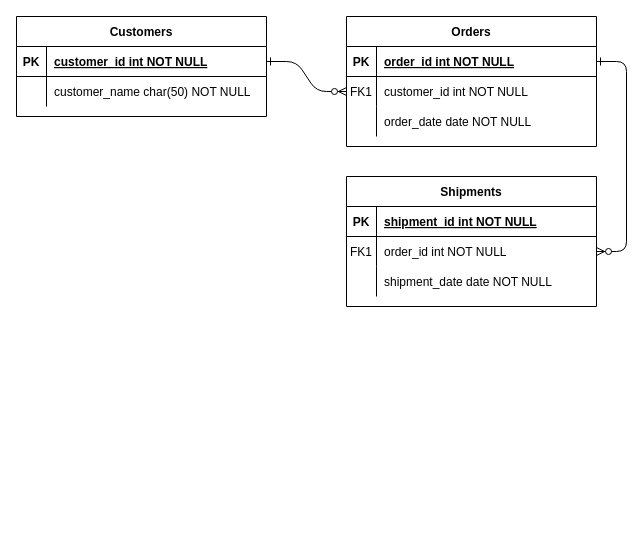
Before: Untitled Diagram.drawio in jypark4205/Guham, a draw.io diagram. Source tidied: cells renumbered, new cells numbered last; positions are measured from the earlier drawing's top-left corner, leaving out a move shared by most shapes. Both pictures are drawn from the tidied source at 100%, with x=0, y=0 at pixel (16, 16).
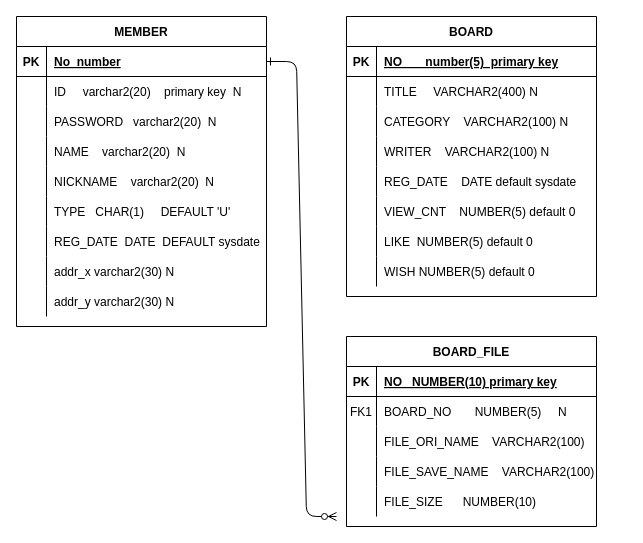
After the change.

Unchanged cells that the change refers to:
```xml
<mxCell id="5" style="shape=partialRectangle;fillColor=none;points=[[0,0.5],[1,0.5]];portConstraint=eastwest;top=0;left=0;right=0;bottom=1;" parent="4" vertex="1">
  <mxGeometry y="30" width="250" height="30" as="geometry" />
</mxCell>
<mxCell id="25" style="shape=partialRectangle;fillColor=none;points=[[0,0.5],[1,0.5]];portConstraint=eastwest;top=0;left=0;right=0;bottom=1;" parent="24" vertex="1">
  <mxGeometry y="30" width="250" height="30" as="geometry" />
</mxCell>
<mxCell id="28" style="shape=partialRectangle;fillColor=none;top=0;left=0;right=0;bottom=0;" parent="24" vertex="1">
  <mxGeometry y="60" width="250" height="30" as="geometry" />
</mxCell>
```

Diff of the diagram source:
```diff
@@
-    <mxCell id="2" style="edgeStyle=entityRelationEdgeStyle;endArrow=ERzeroToMany;startArrow=ERone;endFill=1;startFill=0;" parent="1" edge="1" source="25" target="8">
-      <mxGeometry relative="1" as="geometry" />
+    <mxCell id="2" style="edgeStyle=entityRelationEdgeStyle;endArrow=ERzeroToMany;startArrow=ERone;endFill=1;startFill=0;" parent="1" edge="1" source="25">
+      <mxGeometry relative="1" as="geometry">
+        <mxPoint x="320" y="500" as="targetPoint" />
+      </mxGeometry>
     </mxCell>
-    <mxCell id="3" style="edgeStyle=entityRelationEdgeStyle;endArrow=ERzeroToMany;startArrow=ERone;endFill=1;startFill=0;" parent="1" edge="1" source="5" target="18">
-      <mxGeometry relative="1" as="geometry" />
-    </mxCell>
-    <mxCell id="4" value="Orders" style="shape=table;startSize=30;childLayout=tableLayout;rowLines=0;fontStyle=1;align=center;" parent="1" vertex="1">
-      <mxGeometry x="330" width="250" height="130" as="geometry" />
+    <mxCell id="4" value="BOARD" style="shape=table;startSize=30;childLayout=tableLayout;rowLines=0;fontStyle=1;align=center;" parent="1" vertex="1">
+      <mxGeometry x="330" width="250" height="280" as="geometry" />
     </mxCell>
@@
-    <mxCell id="7" value="order_id int NOT NULL " style="shape=partialRectangle;overflow=hidden;fillColor=none;top=0;left=0;bottom=0;right=0;align=left;spacingLeft=6;fontStyle=5;" parent="5" vertex="1">
+    <mxCell id="7" value="NO       number(5)  primary key" style="shape=partialRectangle;overflow=hidden;fillColor=none;top=0;left=0;bottom=0;right=0;align=left;spacingLeft=6;fontStyle=5;" parent="5" vertex="1">
       <mxGeometry x="30" width="220" height="30" as="geometry" />
     </mxCell>
-    <mxCell id="8" style="shape=partialRectangle;fillColor=none;points=[[0,0.5],[1,0.5]];portConstraint=eastwest;top=0;left=0;right=0;bottom=0;" parent="4" vertex="1">
-      <mxGeometry y="60" width="250" height="30" as="geometry" />
-    </mxCell>
-    <mxCell id="9" value="FK1" style="shape=partialRectangle;overflow=hidden;fillColor=none;top=0;left=0;bottom=0;right=0;" parent="8" vertex="1">
-      <mxGeometry width="30" height="30" as="geometry" />
-    </mxCell>
-    <mxCell id="10" value="customer_id int NOT NULL" style="shape=partialRectangle;overflow=hidden;fillColor=none;top=0;left=0;bottom=0;right=0;align=left;spacingLeft=6;" parent="8" vertex="1">
-      <mxGeometry x="30" width="220" height="30" as="geometry" />
-    </mxCell>
     <mxCell id="11" style="shape=partialRectangle;fillColor=none;top=0;left=0;right=0;bottom=0;" parent="4" vertex="1">
-      <mxGeometry y="90" width="250" height="30" as="geometry" />
+      <mxGeometry y="60" width="250" height="30" as="geometry" />
     </mxCell>
@@
-    <mxCell id="13" value="order_date date NOT NULL" style="shape=partialRectangle;overflow=hidden;fillColor=none;top=0;left=0;bottom=0;right=0;align=left;spacingLeft=6;" parent="11" vertex="1">
+    <mxCell id="13" value="TITLE     VARCHAR2(400) N" style="shape=partialRectangle;overflow=hidden;fillColor=none;top=0;left=0;bottom=0;right=0;align=left;spacingLeft=6;" parent="11" vertex="1">
       <mxGeometry x="30" width="220" height="30" as="geometry" />
     </mxCell>
-    <mxCell id="14" value="Shipments" style="shape=table;startSize=30;childLayout=tableLayout;rowLines=0;fontStyle=1;align=center;" parent="1" vertex="1">
-      <mxGeometry x="330" y="160" width="250" height="130" as="geometry" />
-    </mxCell>
-    <mxCell id="15" style="shape=partialRectangle;fillColor=none;top=0;left=0;right=0;bottom=1;" parent="14" vertex="1">
-      <mxGeometry y="30" width="250" height="30" as="geometry" />
-    </mxCell>
-    <mxCell id="16" value="PK" style="shape=partialRectangle;overflow=hidden;fillColor=none;top=0;left=0;bottom=0;right=0;fontStyle=1;" parent="15" vertex="1">
-      <mxGeometry width="30" height="30" as="geometry" />
-    </mxCell>
-    <mxCell id="17" value="shipment_id int NOT NULL " style="shape=partialRectangle;overflow=hidden;fillColor=none;top=0;left=0;bottom=0;right=0;align=left;spacingLeft=6;fontStyle=5;" parent="15" vertex="1">
-      <mxGeometry x="30" width="220" height="30" as="geometry" />
-    </mxCell>
-    <mxCell id="18" style="shape=partialRectangle;fillColor=none;points=[[0,0.5],[1,0.5]];portConstraint=eastwest;top=0;left=0;right=0;bottom=0;" parent="14" vertex="1">
-      <mxGeometry y="60" width="250" height="30" as="geometry" />
-    </mxCell>
-    <mxCell id="19" value="FK1" style="shape=partialRectangle;overflow=hidden;fillColor=none;top=0;left=0;bottom=0;right=0;" parent="18" vertex="1">
-      <mxGeometry width="30" height="30" as="geometry" />
-    </mxCell>
-    <mxCell id="20" value="order_id int NOT NULL" style="shape=partialRectangle;overflow=hidden;fillColor=none;top=0;left=0;bottom=0;right=0;align=left;spacingLeft=6;" parent="18" vertex="1">
-      <mxGeometry x="30" width="220" height="30" as="geometry" />
-    </mxCell>
-    <mxCell id="21" style="shape=partialRectangle;fillColor=none;top=0;left=0;right=0;bottom=0;" parent="14" vertex="1">
-      <mxGeometry y="90" width="250" height="30" as="geometry" />
-    </mxCell>
-    <mxCell id="22" style="shape=partialRectangle;overflow=hidden;fillColor=none;top=0;left=0;bottom=0;right=0;" parent="21" vertex="1">
-      <mxGeometry width="30" height="30" as="geometry" />
-    </mxCell>
-    <mxCell id="23" value="shipment_date date NOT NULL" style="shape=partialRectangle;overflow=hidden;fillColor=none;top=0;left=0;bottom=0;right=0;align=left;spacingLeft=6;" parent="21" vertex="1">
-      <mxGeometry x="30" width="220" height="30" as="geometry" />
-    </mxCell>
+    <mxCell id="31" style="shape=partialRectangle;fillColor=none;top=0;left=0;right=0;bottom=0;" parent="4" vertex="1">
+      <mxGeometry y="90" width="250" height="30" as="geometry" />
+    </mxCell>
+    <mxCell id="32" style="shape=partialRectangle;overflow=hidden;fillColor=none;top=0;left=0;bottom=0;right=0;" parent="31" vertex="1">
+      <mxGeometry width="30" height="30" as="geometry" />
+    </mxCell>
+    <mxCell id="33" value="CATEGORY    VARCHAR2(100) N" style="shape=partialRectangle;overflow=hidden;fillColor=none;top=0;left=0;bottom=0;right=0;align=left;spacingLeft=6;" parent="31" vertex="1">
+      <mxGeometry x="30" width="220" height="30" as="geometry" />
+    </mxCell>
+    <mxCell id="34" style="shape=partialRectangle;fillColor=none;top=0;left=0;right=0;bottom=0;" parent="4" vertex="1">
+      <mxGeometry y="120" width="250" height="30" as="geometry" />
+    </mxCell>
+    <mxCell id="35" style="shape=partialRectangle;overflow=hidden;fillColor=none;top=0;left=0;bottom=0;right=0;" parent="34" vertex="1">
+      <mxGeometry width="30" height="30" as="geometry" />
+    </mxCell>
+    <mxCell id="36" value="WRITER    VARCHAR2(100) N" style="shape=partialRectangle;overflow=hidden;fillColor=none;top=0;left=0;bottom=0;right=0;align=left;spacingLeft=6;" parent="34" vertex="1">
+      <mxGeometry x="30" width="220" height="30" as="geometry" />
+    </mxCell>
+    <mxCell id="37" style="shape=partialRectangle;fillColor=none;top=0;left=0;right=0;bottom=0;" parent="4" vertex="1">
+      <mxGeometry y="150" width="250" height="30" as="geometry" />
+    </mxCell>
+    <mxCell id="38" style="shape=partialRectangle;overflow=hidden;fillColor=none;top=0;left=0;bottom=0;right=0;" parent="37" vertex="1">
+      <mxGeometry width="30" height="30" as="geometry" />
+    </mxCell>
+    <mxCell id="39" value="REG_DATE    DATE default sysdate" style="shape=partialRectangle;overflow=hidden;fillColor=none;top=0;left=0;bottom=0;right=0;align=left;spacingLeft=6;" parent="37" vertex="1">
+      <mxGeometry x="30" width="220" height="30" as="geometry" />
+    </mxCell>
+    <mxCell id="40" style="shape=partialRectangle;fillColor=none;top=0;left=0;right=0;bottom=0;" parent="4" vertex="1">
+      <mxGeometry y="180" width="250" height="30" as="geometry" />
+    </mxCell>
+    <mxCell id="41" style="shape=partialRectangle;overflow=hidden;fillColor=none;top=0;left=0;bottom=0;right=0;" parent="40" vertex="1">
+      <mxGeometry width="30" height="30" as="geometry" />
+    </mxCell>
+    <mxCell id="42" value="VIEW_CNT    NUMBER(5) default 0" style="shape=partialRectangle;overflow=hidden;fillColor=none;top=0;left=0;bottom=0;right=0;align=left;spacingLeft=6;" parent="40" vertex="1">
+      <mxGeometry x="30" width="220" height="30" as="geometry" />
+    </mxCell>
+    <mxCell id="43" style="shape=partialRectangle;fillColor=none;top=0;left=0;right=0;bottom=0;" parent="4" vertex="1">
+      <mxGeometry y="210" width="250" height="30" as="geometry" />
+    </mxCell>
+    <mxCell id="44" style="shape=partialRectangle;overflow=hidden;fillColor=none;top=0;left=0;bottom=0;right=0;" parent="43" vertex="1">
+      <mxGeometry width="30" height="30" as="geometry" />
+    </mxCell>
+    <mxCell id="45" value="LIKE  NUMBER(5) default 0" style="shape=partialRectangle;overflow=hidden;fillColor=none;top=0;left=0;bottom=0;right=0;align=left;spacingLeft=6;" parent="43" vertex="1">
+      <mxGeometry x="30" width="220" height="30" as="geometry" />
+    </mxCell>
+    <mxCell id="46" style="shape=partialRectangle;fillColor=none;top=0;left=0;right=0;bottom=0;" parent="4" vertex="1">
+      <mxGeometry y="240" width="250" height="30" as="geometry" />
+    </mxCell>
+    <mxCell id="47" style="shape=partialRectangle;overflow=hidden;fillColor=none;top=0;left=0;bottom=0;right=0;" parent="46" vertex="1">
+      <mxGeometry width="30" height="30" as="geometry" />
+    </mxCell>
+    <mxCell id="48" value="WISH NUMBER(5) default 0" style="shape=partialRectangle;overflow=hidden;fillColor=none;top=0;left=0;bottom=0;right=0;align=left;spacingLeft=6;" parent="46" vertex="1">
+      <mxGeometry x="30" width="220" height="30" as="geometry" />
+    </mxCell>
-    <mxCell id="24" value="Customers" style="shape=table;startSize=30;childLayout=tableLayout;rowLines=0;fontStyle=1;align=center;" parent="1" vertex="1">
-      <mxGeometry width="250" height="100" as="geometry" />
+    <mxCell id="24" value="MEMBER" style="shape=table;startSize=30;childLayout=tableLayout;rowLines=0;fontStyle=1;align=center;" parent="1" vertex="1">
+      <mxGeometry width="250" height="310" as="geometry" />
     </mxCell>
@@
-    <mxCell id="27" value="customer_id int NOT NULL " style="shape=partialRectangle;overflow=hidden;fillColor=none;top=0;left=0;bottom=0;right=0;align=left;spacingLeft=6;fontStyle=5;" parent="25" vertex="1">
+    <mxCell id="27" value="No  number " style="shape=partialRectangle;overflow=hidden;fillColor=none;top=0;left=0;bottom=0;right=0;align=left;spacingLeft=6;fontStyle=5;" parent="25" vertex="1">
       <mxGeometry x="30" width="220" height="30" as="geometry" />
     </mxCell>
@@
-    <mxCell id="30" value="customer_name char(50) NOT NULL" style="shape=partialRectangle;overflow=hidden;fillColor=none;top=0;left=0;bottom=0;right=0;align=left;spacingLeft=6;" parent="28" vertex="1">
+    <mxCell id="30" value="ID     varchar2(20)    primary key  N" style="shape=partialRectangle;overflow=hidden;fillColor=none;top=0;left=0;bottom=0;right=0;align=left;spacingLeft=6;" parent="28" vertex="1">
       <mxGeometry x="30" width="220" height="30" as="geometry" />
     </mxCell>
+    <mxCell id="49" style="shape=partialRectangle;fillColor=none;top=0;left=0;right=0;bottom=0;" parent="24" vertex="1">
+      <mxGeometry y="90" width="250" height="30" as="geometry" />
+    </mxCell>
+    <mxCell id="50" style="shape=partialRectangle;overflow=hidden;fillColor=none;top=0;left=0;bottom=0;right=0;" parent="49" vertex="1">
+      <mxGeometry width="30" height="30" as="geometry" />
+    </mxCell>
+    <mxCell id="51" value="PASSWORD   varchar2(20)  N" style="shape=partialRectangle;overflow=hidden;fillColor=none;top=0;left=0;bottom=0;right=0;align=left;spacingLeft=6;" parent="49" vertex="1">
+      <mxGeometry x="30" width="220" height="30" as="geometry" />
+    </mxCell>
+    <mxCell id="52" style="shape=partialRectangle;fillColor=none;top=0;left=0;right=0;bottom=0;" parent="24" vertex="1">
+      <mxGeometry y="120" width="250" height="30" as="geometry" />
+    </mxCell>
+    <mxCell id="53" style="shape=partialRectangle;overflow=hidden;fillColor=none;top=0;left=0;bottom=0;right=0;" parent="52" vertex="1">
+      <mxGeometry width="30" height="30" as="geometry" />
+    </mxCell>
+    <mxCell id="54" value="NAME    varchar2(20)  N" style="shape=partialRectangle;overflow=hidden;fillColor=none;top=0;left=0;bottom=0;right=0;align=left;spacingLeft=6;" parent="52" vertex="1">
+      <mxGeometry x="30" width="220" height="30" as="geometry" />
+    </mxCell>
+    <mxCell id="55" style="shape=partialRectangle;fillColor=none;top=0;left=0;right=0;bottom=0;" parent="24" vertex="1">
+      <mxGeometry y="150" width="250" height="30" as="geometry" />
+    </mxCell>
+    <mxCell id="56" style="shape=partialRectangle;overflow=hidden;fillColor=none;top=0;left=0;bottom=0;right=0;" parent="55" vertex="1">
+      <mxGeometry width="30" height="30" as="geometry" />
+    </mxCell>
+    <mxCell id="57" value="NICKNAME    varchar2(20)  N" style="shape=partialRectangle;overflow=hidden;fillColor=none;top=0;left=0;bottom=0;right=0;align=left;spacingLeft=6;" parent="55" vertex="1">
+      <mxGeometry x="30" width="220" height="30" as="geometry" />
+    </mxCell>
+    <mxCell id="58" style="shape=partialRectangle;fillColor=none;top=0;left=0;right=0;bottom=0;" parent="24" vertex="1">
+      <mxGeometry y="180" width="250" height="30" as="geometry" />
+    </mxCell>
+    <mxCell id="59" style="shape=partialRectangle;overflow=hidden;fillColor=none;top=0;left=0;bottom=0;right=0;" parent="58" vertex="1">
+      <mxGeometry width="30" height="30" as="geometry" />
+    </mxCell>
+    <mxCell id="60" value="TYPE   CHAR(1)     DEFAULT 'U'" style="shape=partialRectangle;overflow=hidden;fillColor=none;top=0;left=0;bottom=0;right=0;align=left;spacingLeft=6;" parent="58" vertex="1">
+      <mxGeometry x="30" width="220" height="30" as="geometry" />
+    </mxCell>
+    <mxCell id="61" style="shape=partialRectangle;fillColor=none;top=0;left=0;right=0;bottom=0;" parent="24" vertex="1">
+      <mxGeometry y="210" width="250" height="30" as="geometry" />
+    </mxCell>
+    <mxCell id="62" style="shape=partialRectangle;overflow=hidden;fillColor=none;top=0;left=0;bottom=0;right=0;" parent="61" vertex="1">
+      <mxGeometry width="30" height="30" as="geometry" />
+    </mxCell>
+    <mxCell id="63" value="REG_DATE  DATE  DEFAULT sysdate" style="shape=partialRectangle;overflow=hidden;fillColor=none;top=0;left=0;bottom=0;right=0;align=left;spacingLeft=6;" parent="61" vertex="1">
+      <mxGeometry x="30" width="220" height="30" as="geometry" />
+    </mxCell>
+    <mxCell id="64" style="shape=partialRectangle;fillColor=none;top=0;left=0;right=0;bottom=0;" parent="24" vertex="1">
+      <mxGeometry y="240" width="250" height="30" as="geometry" />
+    </mxCell>
+    <mxCell id="65" style="shape=partialRectangle;overflow=hidden;fillColor=none;top=0;left=0;bottom=0;right=0;" parent="64" vertex="1">
+      <mxGeometry width="30" height="30" as="geometry" />
+    </mxCell>
+    <mxCell id="66" value="addr_x varchar2(30) N" style="shape=partialRectangle;overflow=hidden;fillColor=none;top=0;left=0;bottom=0;right=0;align=left;spacingLeft=6;" parent="64" vertex="1">
+      <mxGeometry x="30" width="220" height="30" as="geometry" />
+    </mxCell>
+    <mxCell id="67" style="shape=partialRectangle;fillColor=none;top=0;left=0;right=0;bottom=0;" parent="24" vertex="1">
+      <mxGeometry y="270" width="250" height="30" as="geometry" />
+    </mxCell>
+    <mxCell id="68" style="shape=partialRectangle;overflow=hidden;fillColor=none;top=0;left=0;bottom=0;right=0;" parent="67" vertex="1">
+      <mxGeometry width="30" height="30" as="geometry" />
+    </mxCell>
+    <mxCell id="69" value="addr_y varchar2(30) N" style="shape=partialRectangle;overflow=hidden;fillColor=none;top=0;left=0;bottom=0;right=0;align=left;spacingLeft=6;" parent="67" vertex="1">
+      <mxGeometry x="30" width="220" height="30" as="geometry" />
+    </mxCell>
+    <mxCell id="70" value="BOARD_FILE" style="shape=table;startSize=30;childLayout=tableLayout;rowLines=0;fontStyle=1;align=center;" parent="1" vertex="1">
+      <mxGeometry x="330" y="320" width="250" height="190" as="geometry" />
+    </mxCell>
+    <mxCell id="15" style="shape=partialRectangle;fillColor=none;top=0;left=0;right=0;bottom=1;" parent="70" vertex="1">
+      <mxGeometry y="30" width="250" height="30" as="geometry" />
+    </mxCell>
+    <mxCell id="16" value="PK" style="shape=partialRectangle;overflow=hidden;fillColor=none;top=0;left=0;bottom=0;right=0;fontStyle=1;" parent="15" vertex="1">
+      <mxGeometry width="30" height="30" as="geometry" />
+    </mxCell>
+    <mxCell id="71" value="NO   NUMBER(10) primary key " style="shape=partialRectangle;overflow=hidden;fillColor=none;top=0;left=0;bottom=0;right=0;align=left;spacingLeft=6;fontStyle=5;" parent="15" vertex="1">
+      <mxGeometry x="30" width="220" height="30" as="geometry" />
+    </mxCell>
+    <mxCell id="72" style="shape=partialRectangle;fillColor=none;top=0;left=0;right=0;bottom=0;" parent="70" vertex="1">
+      <mxGeometry y="60" width="250" height="30" as="geometry" />
+    </mxCell>
+    <mxCell id="73" value="FK1" style="shape=partialRectangle;overflow=hidden;fillColor=none;top=0;left=0;bottom=0;right=0;" parent="72" vertex="1">
+      <mxGeometry width="30" height="30" as="geometry" />
+    </mxCell>
+    <mxCell id="74" value="BOARD_NO       NUMBER(5)     N" style="shape=partialRectangle;overflow=hidden;fillColor=none;top=0;left=0;bottom=0;right=0;align=left;spacingLeft=6;" parent="72" vertex="1">
+      <mxGeometry x="30" width="220" height="30" as="geometry" />
+    </mxCell>
+    <mxCell id="75" style="shape=partialRectangle;fillColor=none;top=0;left=0;right=0;bottom=0;" parent="70" vertex="1">
+      <mxGeometry y="90" width="250" height="30" as="geometry" />
+    </mxCell>
+    <mxCell id="76" style="shape=partialRectangle;overflow=hidden;fillColor=none;top=0;left=0;bottom=0;right=0;" parent="75" vertex="1">
+      <mxGeometry width="30" height="30" as="geometry" />
+    </mxCell>
+    <mxCell id="77" value="FILE_ORI_NAME    VARCHAR2(100)" style="shape=partialRectangle;overflow=hidden;fillColor=none;top=0;left=0;bottom=0;right=0;align=left;spacingLeft=6;" parent="75" vertex="1">
+      <mxGeometry x="30" width="220" height="30" as="geometry" />
+    </mxCell>
+    <mxCell id="78" style="shape=partialRectangle;fillColor=none;top=0;left=0;right=0;bottom=0;" parent="70" vertex="1">
+      <mxGeometry y="120" width="250" height="30" as="geometry" />
+    </mxCell>
+    <mxCell id="79" style="shape=partialRectangle;overflow=hidden;fillColor=none;top=0;left=0;bottom=0;right=0;" parent="78" vertex="1">
+      <mxGeometry width="30" height="30" as="geometry" />
+    </mxCell>
+    <mxCell id="80" value="FILE_SAVE_NAME    VARCHAR2(100)" style="shape=partialRectangle;overflow=hidden;fillColor=none;top=0;left=0;bottom=0;right=0;align=left;spacingLeft=6;" parent="78" vertex="1">
+      <mxGeometry x="30" width="220" height="30" as="geometry" />
+    </mxCell>
+    <mxCell id="81" style="shape=partialRectangle;fillColor=none;top=0;left=0;right=0;bottom=0;" parent="70" vertex="1">
+      <mxGeometry y="150" width="250" height="30" as="geometry" />
+    </mxCell>
+    <mxCell id="82" style="shape=partialRectangle;overflow=hidden;fillColor=none;top=0;left=0;bottom=0;right=0;" parent="81" vertex="1">
+      <mxGeometry width="30" height="30" as="geometry" />
+    </mxCell>
+    <mxCell id="83" value="FILE_SIZE      NUMBER(10)" style="shape=partialRectangle;overflow=hidden;fillColor=none;top=0;left=0;bottom=0;right=0;align=left;spacingLeft=6;" parent="81" vertex="1">
+      <mxGeometry x="30" width="220" height="30" as="geometry" />
+    </mxCell>
```
